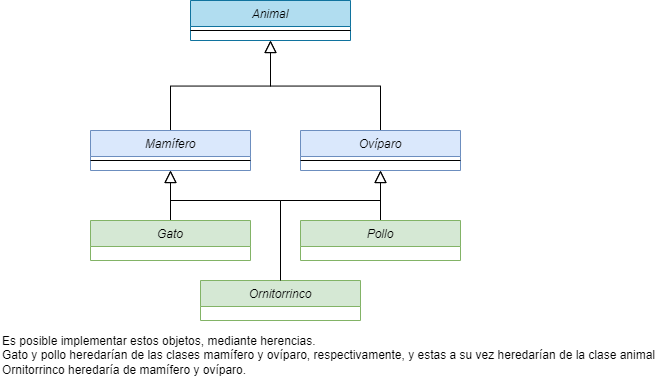
Before: ejr2.drawio.png, a diagram exported from draw.io (GonzaloGmv/parcial-poo). Source tidied: cells renumbered, new cells last; positions are measured from the earlier drawing's top-left corner, leaving out a move shared by most shapes.
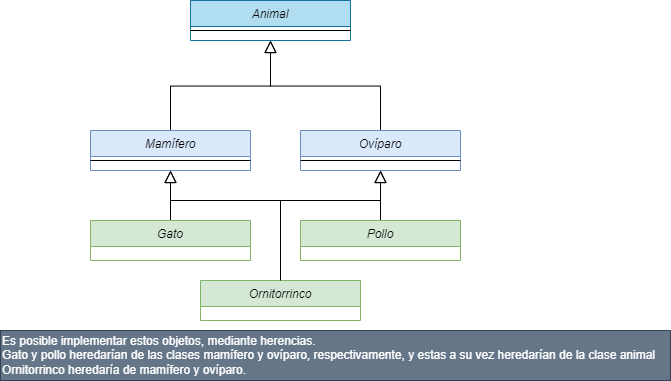
Above is the later version.

The edit, as a diff of the source:
```diff
@@ -78,7 +78,7 @@
         </Array>
       </mxGeometry>
     </mxCell>
-    <mxCell id="17" value="Es posible implementar estos objetos, mediante herencias.&lt;br&gt;Gato y pollo heredarían de las clases mamífero y ovíparo, respectivamente, y estas a su vez heredarían de la clase animal&lt;br&gt;Ornitorrinco heredaría de mamífero y ovíparo." style="text;html=1;align=left;verticalAlign=middle;rounded=0;" parent="1" vertex="1">
+    <mxCell id="17" value="Es posible implementar estos objetos, mediante herencias.&lt;br&gt;Gato y pollo heredarían de las clases mamífero y ovíparo, respectivamente, y estas a su vez heredarían de la clase animal&lt;br&gt;Ornitorrinco heredaría de mamífero y ovíparo." style="text;html=1;align=left;verticalAlign=middle;rounded=0;fillColor=#647687;fontColor=#ffffff;strokeColor=#314354;" parent="1" vertex="1">
       <mxGeometry y="330" width="670" height="50" as="geometry" />
     </mxCell>
   </root>
```
